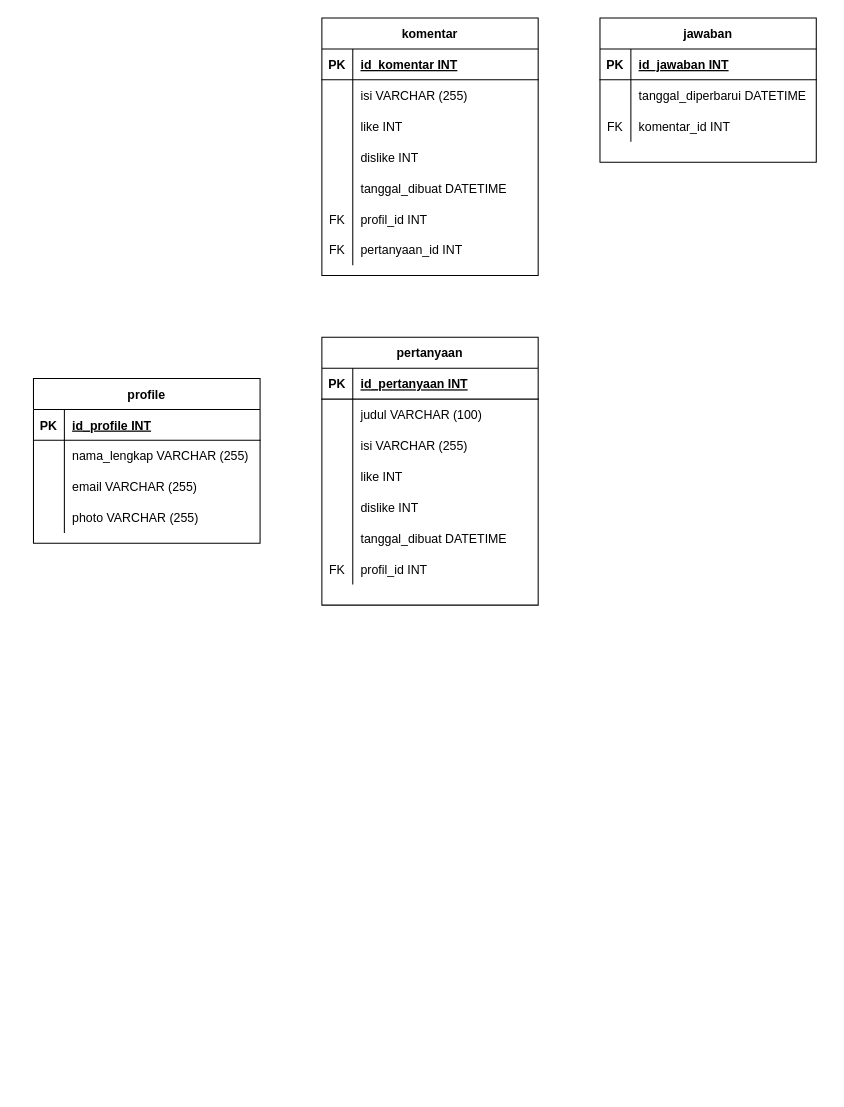
Before: Untitled Diagram.drawio in rizqi-111/sql-sanbercode, a draw.io diagram. Source tidied: cells renumbered, new cells numbered last; positions are measured from the earlier drawing's top-left corner, leaving out a move shared by most shapes. Both pictures are drawn from the tidied source at 103%, with x=0, y=0 at pixel (33, 18).
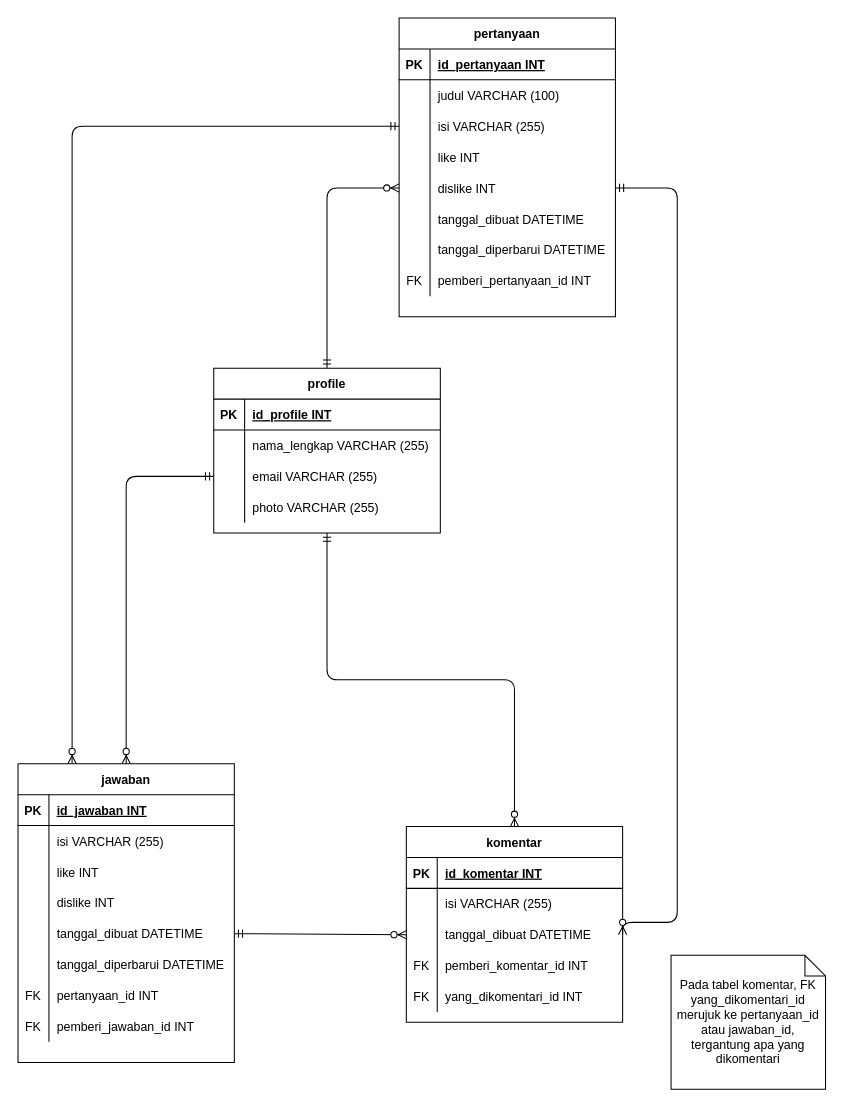
The same diagram, later.

Unchanged cells that the change refers to:
```xml
<mxCell id="10" style="shape=partialRectangle;fillColor=none;top=0;left=0;bottom=0;right=0;points=[[0,0.5],[1,0.5]];portConstraint=eastwest;" parent="3" vertex="1">
  <mxGeometry y="90" width="210" height="30" as="geometry" />
</mxCell>
<mxCell id="16" style="shape=partialRectangle;fillColor=none;top=0;left=0;bottom=0;right=0;points=[[0,0.5],[1,0.5]];portConstraint=eastwest;" parent="3" vertex="1">
  <mxGeometry y="150" width="210" height="30" as="geometry" />
</mxCell>
<mxCell id="66" style="shape=partialRectangle;fillColor=none;top=0;left=0;bottom=0;right=0;points=[[0,0.5],[1,0.5]];portConstraint=eastwest;" parent="59" vertex="1">
  <mxGeometry y="90" width="220" height="30" as="geometry" />
</mxCell>
```

What changed in the source:
```diff
@@
     <mxCell id="2" style="group;" parent="1" vertex="1">
-      <mxGeometry x="280" y="310" width="210" height="230" as="geometry" />
+      <mxGeometry x="355" width="210" height="230" as="geometry" />
     </mxCell>
     <mxCell id="3" value="pertanyaan" style="shape=table;startSize=30;childLayout=tableLayout;rowLines=0;fontStyle=1;align=center;" parent="2" vertex="1">
-      <mxGeometry width="210" height="260" as="geometry" />
+      <mxGeometry width="210" height="290" as="geometry" />
     </mxCell>
@@
+    <mxCell id="72" style="shape=partialRectangle;fillColor=none;top=0;left=0;bottom=0;right=0;" parent="3" vertex="1">
+      <mxGeometry y="210" width="210" height="30" as="geometry" />
+    </mxCell>
+    <mxCell id="73" style="shape=partialRectangle;fillColor=none;top=0;left=0;bottom=0;right=0;overflow=hidden;" parent="72" vertex="1">
+      <mxGeometry width="30" height="30" as="geometry" />
+    </mxCell>
+    <mxCell id="74" value="tanggal_diperbarui DATETIME" style="shape=partialRectangle;fillColor=none;top=0;left=0;bottom=0;right=0;align=left;spacingLeft=6;overflow=hidden;" parent="72" vertex="1">
+      <mxGeometry x="30" width="180" height="30" as="geometry" />
+    </mxCell>
     <mxCell id="22" style="shape=partialRectangle;fillColor=none;top=0;left=0;bottom=0;right=0;" parent="3" vertex="1">
-      <mxGeometry y="210" width="210" height="30" as="geometry" />
+      <mxGeometry y="240" width="210" height="30" as="geometry" />
     </mxCell>
@@
-    <mxCell id="24" value="profil_id INT" style="shape=partialRectangle;fillColor=none;top=0;left=0;bottom=0;right=0;align=left;spacingLeft=6;fontStyle=0;overflow=hidden;" parent="22" vertex="1">
+    <mxCell id="24" value="pemberi_pertanyaan_id INT" style="shape=partialRectangle;fillColor=none;top=0;left=0;bottom=0;right=0;align=left;spacingLeft=6;fontStyle=0;overflow=hidden;" parent="22" vertex="1">
       <mxGeometry x="30" width="180" height="30" as="geometry" />
     </mxCell>
@@
+    <mxCell id="75" style="fontSize=12;html=1;endArrow=ERzeroToMany;startArrow=ERmandOne;exitX=0.5;exitY=0;exitDx=0;exitDy=0;entryX=0;entryY=0.5;entryDx=0;entryDy=0;edgeStyle=orthogonalEdgeStyle;" parent="1" edge="1" source="59" target="16">
+      <mxGeometry relative="1" as="geometry" />
+    </mxCell>
+    <mxCell id="76" style="fontSize=12;html=1;endArrow=ERzeroToMany;startArrow=ERmandOne;exitX=0.5;exitY=1;exitDx=0;exitDy=0;entryX=0.5;entryY=0;entryDx=0;entryDy=0;edgeStyle=orthogonalEdgeStyle;" parent="1" edge="1" source="59" target="37">
+      <mxGeometry relative="1" as="geometry" />
+    </mxCell>
+    <mxCell id="77" style="fontSize=12;html=1;endArrow=ERzeroToMany;startArrow=ERmandOne;entryX=0;entryY=0.5;entryDx=0;entryDy=0;exitX=1;exitY=0.5;exitDx=0;exitDy=0;" parent="1" edge="1" source="85" target="50">
+      <mxGeometry relative="1" as="geometry" />
+    </mxCell>
+    <mxCell id="78" style="fontSize=12;html=1;endArrow=ERzeroToMany;startArrow=ERmandOne;exitX=0;exitY=0.5;exitDx=0;exitDy=0;entryX=0.5;entryY=0;entryDx=0;entryDy=0;edgeStyle=orthogonalEdgeStyle;" parent="1" edge="1" source="66" target="27">
+      <mxGeometry relative="1" as="geometry" />
+    </mxCell>
+    <mxCell id="79" style="fontSize=12;html=1;endArrow=ERzeroToMany;startArrow=ERmandOne;exitX=0;exitY=0.5;exitDx=0;exitDy=0;entryX=0.25;entryY=0;entryDx=0;entryDy=0;edgeStyle=orthogonalEdgeStyle;" parent="1" edge="1" source="10" target="27">
+      <mxGeometry relative="1" as="geometry" />
+    </mxCell>
     <mxCell id="27" value="jawaban" style="shape=table;startSize=30;childLayout=tableLayout;rowLines=0;fontStyle=1;align=center;" parent="1" vertex="1">
-      <mxGeometry x="550" width="210" height="140" as="geometry" />
+      <mxGeometry x="-15" y="724" width="210" height="290" as="geometry" />
     </mxCell>
@@
+    <mxCell id="80" style="shape=partialRectangle;fillColor=none;top=0;left=0;bottom=0;right=0;" parent="27" vertex="1">
+      <mxGeometry y="60" width="210" height="30" as="geometry" />
+    </mxCell>
+    <mxCell id="81" style="shape=partialRectangle;fillColor=none;top=0;left=0;bottom=0;right=0;overflow=hidden;" parent="80" vertex="1">
+      <mxGeometry width="30" height="30" as="geometry" />
+    </mxCell>
+    <mxCell id="82" value="isi VARCHAR (255)" style="shape=partialRectangle;fillColor=none;top=0;left=0;bottom=0;right=0;align=left;spacingLeft=6;overflow=hidden;" parent="80" vertex="1">
+      <mxGeometry x="30" width="180" height="30" as="geometry" />
+    </mxCell>
+    <mxCell id="44" style="shape=partialRectangle;fillColor=none;top=0;left=0;bottom=0;right=0;" parent="27" vertex="1">
+      <mxGeometry y="90" width="210" height="30" as="geometry" />
+    </mxCell>
+    <mxCell id="83" style="shape=partialRectangle;fillColor=none;top=0;left=0;bottom=0;right=0;overflow=hidden;" parent="44" vertex="1">
+      <mxGeometry width="30" height="30" as="geometry" />
+    </mxCell>
+    <mxCell id="46" value="like INT" style="shape=partialRectangle;fillColor=none;top=0;left=0;bottom=0;right=0;align=left;spacingLeft=6;overflow=hidden;" parent="44" vertex="1">
+      <mxGeometry x="30" width="180" height="30" as="geometry" />
+    </mxCell>
+    <mxCell id="47" style="shape=partialRectangle;fillColor=none;top=0;left=0;bottom=0;right=0;" parent="27" vertex="1">
+      <mxGeometry y="120" width="210" height="30" as="geometry" />
+    </mxCell>
+    <mxCell id="84" style="shape=partialRectangle;fillColor=none;top=0;left=0;bottom=0;right=0;overflow=hidden;" parent="47" vertex="1">
+      <mxGeometry width="30" height="30" as="geometry" />
+    </mxCell>
+    <mxCell id="49" value="dislike INT" style="shape=partialRectangle;fillColor=none;top=0;left=0;bottom=0;right=0;align=left;spacingLeft=6;overflow=hidden;" parent="47" vertex="1">
+      <mxGeometry x="30" width="180" height="30" as="geometry" />
+    </mxCell>
+    <mxCell id="85" style="shape=partialRectangle;fillColor=none;top=0;left=0;bottom=0;right=0;points=[[0,0.5],[1,0.5]];portConstraint=eastwest;" parent="27" vertex="1">
+      <mxGeometry y="150" width="210" height="30" as="geometry" />
+    </mxCell>
+    <mxCell id="86" style="shape=partialRectangle;fillColor=none;top=0;left=0;bottom=0;right=0;overflow=hidden;" parent="85" vertex="1">
+      <mxGeometry width="30" height="30" as="geometry" />
+    </mxCell>
+    <mxCell id="87" value="tanggal_dibuat DATETIME" style="shape=partialRectangle;fillColor=none;top=0;left=0;bottom=0;right=0;align=left;spacingLeft=6;overflow=hidden;" parent="85" vertex="1">
+      <mxGeometry x="30" width="180" height="30" as="geometry" />
+    </mxCell>
     <mxCell id="31" style="shape=partialRectangle;fillColor=none;top=0;left=0;bottom=0;right=0;" parent="27" vertex="1">
-      <mxGeometry y="60" width="210" height="30" as="geometry" />
+      <mxGeometry y="180" width="210" height="30" as="geometry" />
     </mxCell>
@@
     <mxCell id="34" style="shape=partialRectangle;fillColor=none;top=0;left=0;bottom=0;right=0;" parent="27" vertex="1">
-      <mxGeometry y="90" width="210" height="30" as="geometry" />
+      <mxGeometry y="210" width="210" height="30" as="geometry" />
     </mxCell>
@@
-    <mxCell id="36" value="komentar_id INT" style="shape=partialRectangle;fillColor=none;top=0;left=0;bottom=0;right=0;align=left;spacingLeft=6;fontStyle=0;overflow=hidden;" parent="34" vertex="1">
+    <mxCell id="36" value="pertanyaan_id INT" style="shape=partialRectangle;fillColor=none;top=0;left=0;bottom=0;right=0;align=left;spacingLeft=6;fontStyle=0;overflow=hidden;" parent="34" vertex="1">
       <mxGeometry x="30" width="180" height="30" as="geometry" />
     </mxCell>
+    <mxCell id="88" style="shape=partialRectangle;fillColor=none;top=0;left=0;bottom=0;right=0;" parent="27" vertex="1">
+      <mxGeometry y="240" width="210" height="30" as="geometry" />
+    </mxCell>
+    <mxCell id="89" value="FK" style="shape=partialRectangle;fillColor=none;top=0;left=0;bottom=0;right=0;fontStyle=0;overflow=hidden;" parent="88" vertex="1">
+      <mxGeometry width="30" height="30" as="geometry" />
+    </mxCell>
+    <mxCell id="90" value="pemberi_jawaban_id INT" style="shape=partialRectangle;fillColor=none;top=0;left=0;bottom=0;right=0;align=left;spacingLeft=6;fontStyle=0;overflow=hidden;" parent="88" vertex="1">
+      <mxGeometry x="30" width="180" height="30" as="geometry" />
+    </mxCell>
     <mxCell id="37" value="komentar" style="shape=table;startSize=30;childLayout=tableLayout;rowLines=0;fontStyle=1;align=center;" parent="1" vertex="1">
-      <mxGeometry x="280" width="210" height="250" as="geometry" />
+      <mxGeometry x="362" y="785" width="210" height="190" as="geometry" />
     </mxCell>
@@
-    <mxCell id="44" style="shape=partialRectangle;fillColor=none;top=0;left=0;bottom=0;right=0;" parent="37" vertex="1">
-      <mxGeometry y="90" width="210" height="30" as="geometry" />
-    </mxCell>
-    <mxCell id="45" style="shape=partialRectangle;fillColor=none;top=0;left=0;bottom=0;right=0;overflow=hidden;" parent="44" vertex="1">
-      <mxGeometry width="30" height="30" as="geometry" />
-    </mxCell>
-    <mxCell id="46" value="like INT" style="shape=partialRectangle;fillColor=none;top=0;left=0;bottom=0;right=0;align=left;spacingLeft=6;overflow=hidden;" parent="44" vertex="1">
-      <mxGeometry x="30" width="180" height="30" as="geometry" />
-    </mxCell>
-    <mxCell id="47" style="shape=partialRectangle;fillColor=none;top=0;left=0;bottom=0;right=0;" parent="37" vertex="1">
-      <mxGeometry y="120" width="210" height="30" as="geometry" />
-    </mxCell>
-    <mxCell id="48" style="shape=partialRectangle;fillColor=none;top=0;left=0;bottom=0;right=0;overflow=hidden;" parent="47" vertex="1">
-      <mxGeometry width="30" height="30" as="geometry" />
-    </mxCell>
-    <mxCell id="49" value="dislike INT" style="shape=partialRectangle;fillColor=none;top=0;left=0;bottom=0;right=0;align=left;spacingLeft=6;overflow=hidden;" parent="47" vertex="1">
-      <mxGeometry x="30" width="180" height="30" as="geometry" />
-    </mxCell>
     <mxCell id="50" style="shape=partialRectangle;fillColor=none;top=0;left=0;bottom=0;right=0;points=[[0,0.5],[1,0.5]];portConstraint=eastwest;" parent="37" vertex="1">
-      <mxGeometry y="150" width="210" height="30" as="geometry" />
+      <mxGeometry y="90" width="210" height="30" as="geometry" />
     </mxCell>
@@
     <mxCell id="53" style="shape=partialRectangle;fillColor=none;top=0;left=0;bottom=0;right=0;" parent="37" vertex="1">
-      <mxGeometry y="180" width="210" height="30" as="geometry" />
+      <mxGeometry y="120" width="210" height="30" as="geometry" />
     </mxCell>
@@
-    <mxCell id="55" value="profil_id INT" style="shape=partialRectangle;fillColor=none;top=0;left=0;bottom=0;right=0;align=left;spacingLeft=6;fontStyle=0;overflow=hidden;" parent="53" vertex="1">
+    <mxCell id="55" value="pemberi_komentar_id INT" style="shape=partialRectangle;fillColor=none;top=0;left=0;bottom=0;right=0;align=left;spacingLeft=6;fontStyle=0;overflow=hidden;" parent="53" vertex="1">
       <mxGeometry x="30" width="180" height="30" as="geometry" />
     </mxCell>
     <mxCell id="56" style="shape=partialRectangle;fillColor=none;top=0;left=0;bottom=0;right=0;" parent="37" vertex="1">
-      <mxGeometry y="210" width="210" height="30" as="geometry" />
+      <mxGeometry y="150" width="210" height="30" as="geometry" />
     </mxCell>
@@
-    <mxCell id="58" value="pertanyaan_id INT" style="shape=partialRectangle;fillColor=none;top=0;left=0;bottom=0;right=0;align=left;spacingLeft=6;fontStyle=0;overflow=hidden;" parent="56" vertex="1">
+    <mxCell id="58" value="yang_dikomentari_id INT" style="shape=partialRectangle;fillColor=none;top=0;left=0;bottom=0;right=0;align=left;spacingLeft=6;fontStyle=0;overflow=hidden;" parent="56" vertex="1">
       <mxGeometry x="30" width="180" height="30" as="geometry" />
     </mxCell>
     <mxCell id="59" value="profile" style="shape=table;startSize=30;childLayout=tableLayout;rowLines=0;fontStyle=1;align=center;" parent="1" vertex="1">
-      <mxGeometry y="350" width="220" height="160" as="geometry" />
+      <mxGeometry x="175" y="340" width="220" height="160" as="geometry" />
     </mxCell>
@@
+    <mxCell id="91" style="fontSize=12;html=1;endArrow=ERzeroToMany;startArrow=ERmandOne;exitX=1;exitY=0.5;exitDx=0;exitDy=0;entryX=1;entryY=0.5;entryDx=0;entryDy=0;edgeStyle=orthogonalEdgeStyle;" parent="1" edge="1" source="16" target="50">
+      <mxGeometry relative="1" as="geometry">
+        <Array as="points">
+          <mxPoint x="625" y="165" />
+          <mxPoint x="625" y="878" />
+        </Array>
+      </mxGeometry>
+    </mxCell>
+    <mxCell id="92" value="Pada tabel komentar, FK yang_dikomentari_id merujuk ke pertanyaan_id atau jawaban_id, tergantung apa yang dikomentari" style="shape=note;size=20;whiteSpace=wrap;html=1;" parent="1" vertex="1">
+      <mxGeometry x="619" y="910" width="150" height="130" as="geometry" />
+    </mxCell>
```
